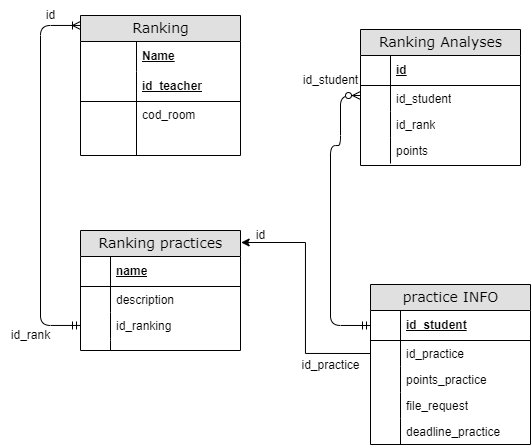
Earlier version of the draw.io export Diagramas/RANKING.png (leonardowiesner/proyectoFinalGAMIFI-K). Source tidied: cells renumbered, new cells last; positions are measured from the earlier drawing's top-left corner, leaving out a move shared by most shapes.
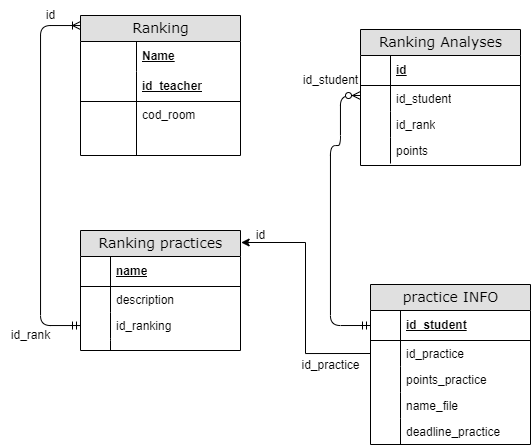
After the change.

What changed in the source:
```diff
@@ -104,7 +104,7 @@
     <mxCell id="35" style="shape=partialRectangle;top=0;left=0;bottom=0;html=1;fillColor=none;align=left;verticalAlign=top;spacingLeft=4;spacingRight=4;whiteSpace=wrap;overflow=hidden;" parent="34" vertex="1">
       <mxGeometry width="30" height="26" as="geometry" />
     </mxCell>
-    <mxCell id="36" value="file_request" style="shape=partialRectangle;top=0;left=0;right=0;bottom=0;html=1;align=left;verticalAlign=top;fillColor=none;spacingLeft=34;spacingRight=4;whiteSpace=wrap;overflow=hidden;" parent="29" vertex="1">
+    <mxCell id="36" value="name_file" style="shape=partialRectangle;top=0;left=0;right=0;bottom=0;html=1;align=left;verticalAlign=top;fillColor=none;spacingLeft=34;spacingRight=4;whiteSpace=wrap;overflow=hidden;" parent="29" vertex="1">
       <mxGeometry y="108" width="160" height="26" as="geometry" />
     </mxCell>
     <mxCell id="37" style="shape=partialRectangle;top=0;left=0;bottom=0;html=1;fillColor=none;align=left;verticalAlign=top;spacingLeft=4;spacingRight=4;whiteSpace=wrap;overflow=hidden;" parent="36" vertex="1">
```
